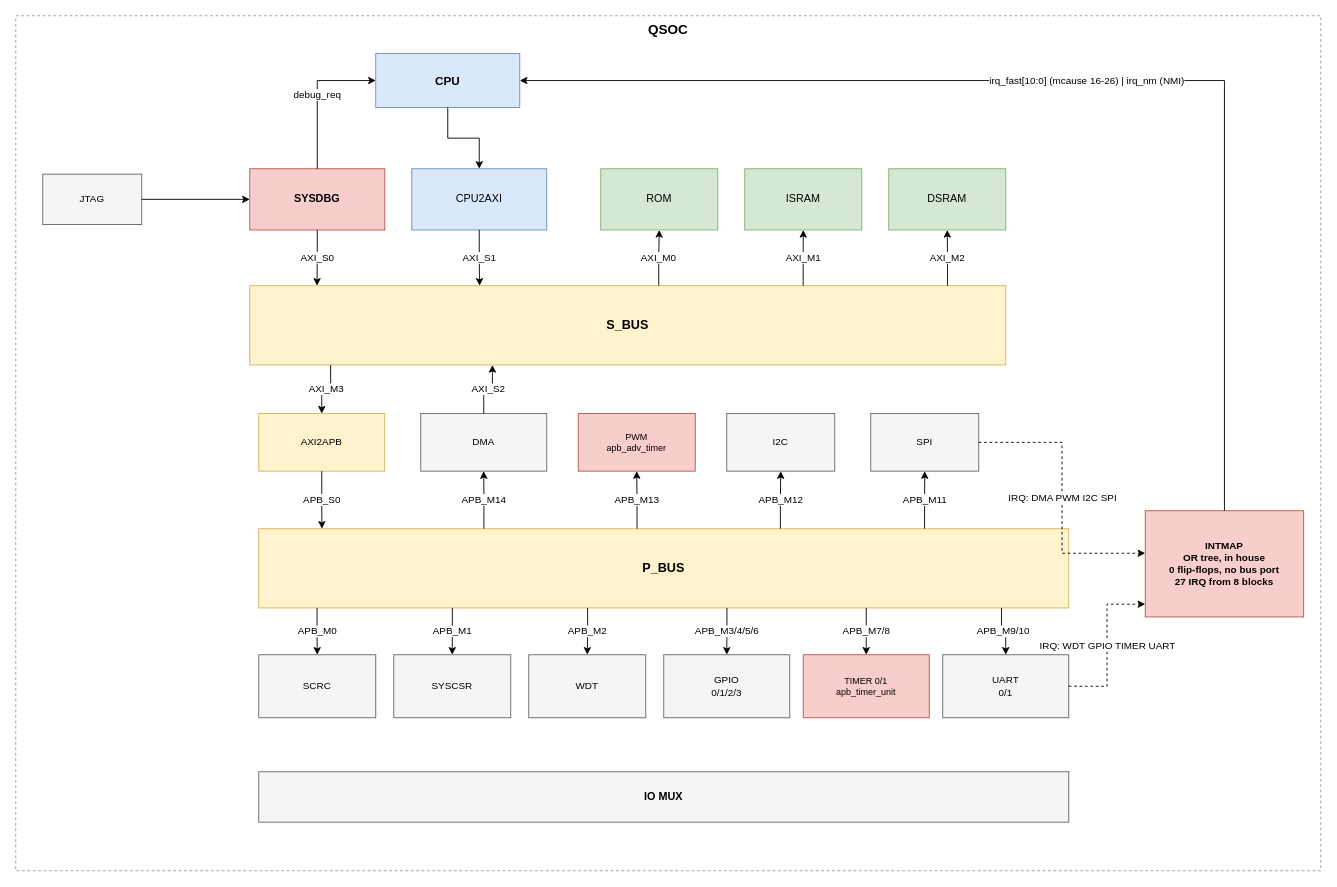
The draw.io diagram doc/drawio/QSOC_Block_Diagram.drawio in quynhonsemiconductor/vlsi_deep_training, before the edit. Source tidied: cells renumbered, new cells numbered last; positions are measured from the earlier drawing's top-left corner, leaving out a move shared by most shapes. Both pictures are drawn from the tidied source at 90%, with x=0, y=0 at pixel (15, 15).
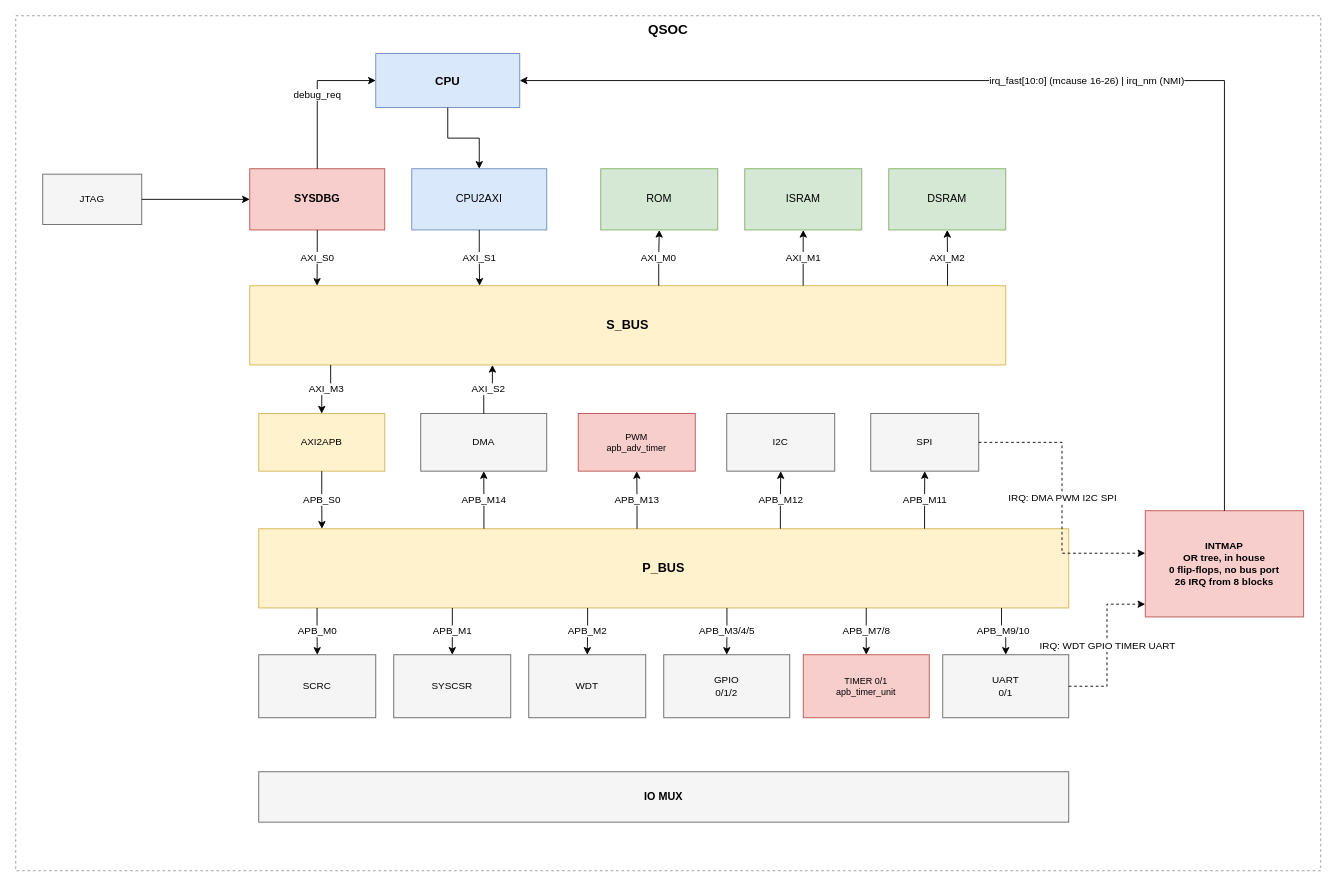
The same diagram, later.

Unchanged cells that the change refers to:
```xml
<mxCell id="17" value="P_BUS" style="rounded=0;whiteSpace=wrap;html=1;fillColor=#fff2cc;strokeColor=#d6b656;fontSize=14;dashed=0;fontStyle=1;verticalAlign=middle;" parent="1" vertex="1">
  <mxGeometry x="270" y="570" width="900" height="88" as="geometry" />
</mxCell>
```

What changed in the source:
```diff
@@
-    <mxCell id="5" value="INTMAP&#10;OR tree, in house&#10;0 flip-flops, no bus port&#10;27 IRQ from 8 blocks" style="rounded=0;whiteSpace=wrap;html=1;fillColor=#f8cecc;strokeColor=#b85450;fontSize=11;dashed=0;fontStyle=1;verticalAlign=middle;" parent="1" vertex="1">
+    <mxCell id="5" value="INTMAP&#10;OR tree, in house&#10;0 flip-flops, no bus port&#10;26 IRQ from 8 blocks" style="rounded=0;whiteSpace=wrap;html=1;fillColor=#f8cecc;strokeColor=#b85450;fontSize=11;dashed=0;fontStyle=1;verticalAlign=middle;" parent="1" vertex="1">
       <mxGeometry x="1255" y="550" width="176" height="118" as="geometry" />
     </mxCell>
@@
-    <mxCell id="21" value="GPIO&#10;0/1/2/3" style="rounded=0;whiteSpace=wrap;html=1;fillColor=#f5f5f5;strokeColor=#666666;fontSize=11;dashed=0;verticalAlign=middle;" parent="1" vertex="1">
+    <mxCell id="21" value="GPIO&#10;0/1/2" style="rounded=0;whiteSpace=wrap;html=1;fillColor=#f5f5f5;strokeColor=#666666;fontSize=11;dashed=0;verticalAlign=middle;" parent="1" vertex="1">
       <mxGeometry x="720" y="710" width="140" height="70" as="geometry" />
     </mxCell>
@@
-    <mxCell id="46" value="APB_M3/4/5/6" style="edgeStyle=orthogonalEdgeStyle;rounded=0;html=1;exitX=0.578;exitY=1.0;entryX=0.5;entryY=0.0;exitDx=0;exitDy=0;entryDx=0;entryDy=0;" parent="1" edge="1" source="17" target="21">
+    <mxCell id="46" value="APB_M3/4/5" style="edgeStyle=orthogonalEdgeStyle;rounded=0;html=1;exitX=0.578;exitY=1.0;entryX=0.5;entryY=0.0;exitDx=0;exitDy=0;entryDx=0;entryDy=0;" parent="1" edge="1" source="17" target="21">
       <mxGeometry relative="1" as="geometry" />
     </mxCell>
```
